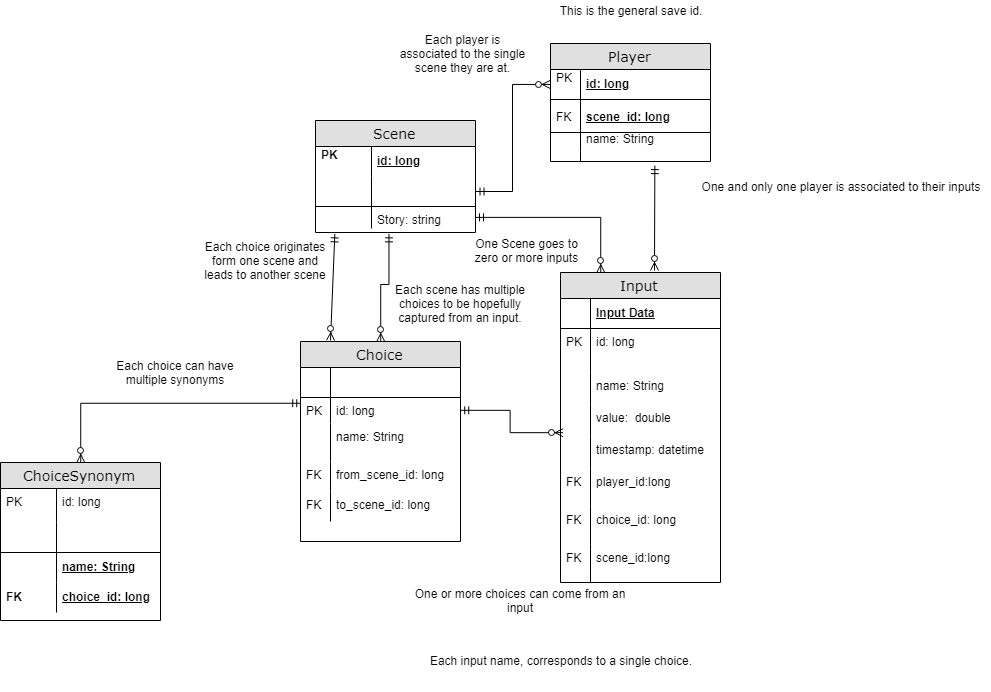
Before: docs/EntityModel.png, a diagram exported from draw.io (balexander16/PictureQuest). Source tidied: cells renumbered, new cells last; positions are measured from the earlier drawing's top-left corner, leaving out a move shared by most shapes.
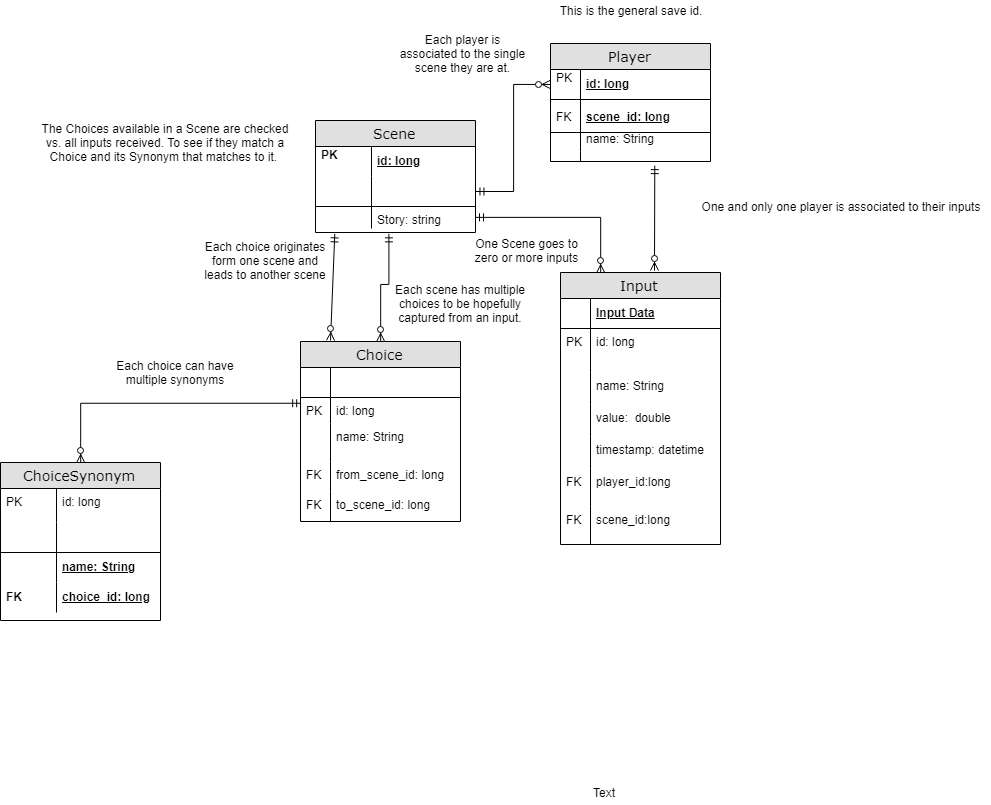
Above is the later version.

Diff of the diagram source:
```diff
@@ -51,7 +51,7 @@
       <mxGeometry width="30" height="10" as="geometry" />
     </mxCell>
     <mxCell id="18" value="Input" style="swimlane;html=1;fontStyle=0;horizontal=1;startSize=26;fillColor=#e0e0e0;swimlaneFillColor=#ffffff;align=center;rounded=0;shadow=0;comic=0;labelBackgroundColor=none;strokeColor=#000000;strokeWidth=1;fontFamily=Verdana;fontSize=14;fontColor=#000000;" parent="1" vertex="1">
-      <mxGeometry x="560" y="272" width="160" height="310" as="geometry" />
+      <mxGeometry x="560" y="272" width="160" height="272" as="geometry" />
     </mxCell>
     <mxCell id="19" value="Input Data" style="shape=partialRectangle;top=0;left=0;right=0;bottom=1;html=1;align=left;verticalAlign=middle;fillColor=none;spacingLeft=34;spacingRight=4;whiteSpace=wrap;overflow=hidden;fontStyle=5;" parent="18" vertex="1">
       <mxGeometry y="26" width="160" height="30" as="geometry" />
@@ -89,18 +89,12 @@
     <mxCell id="30" value="FK" style="shape=partialRectangle;top=0;left=0;bottom=0;html=1;fillColor=none;align=left;verticalAlign=top;spacingLeft=4;spacingRight=4;whiteSpace=wrap;overflow=hidden;" parent="29" vertex="1">
       <mxGeometry width="30" height="38" as="geometry" />
     </mxCell>
-    <mxCell id="31" value="choice_id: long" style="shape=partialRectangle;top=0;left=0;right=0;bottom=0;html=1;align=left;verticalAlign=top;fillColor=none;spacingLeft=34;spacingRight=4;whiteSpace=wrap;overflow=hidden;" parent="18" vertex="1">
+    <mxCell id="31" value="&lt;span style=&quot;white-space: normal&quot;&gt;scene_id:long&lt;/span&gt;" style="shape=partialRectangle;top=0;left=0;right=0;bottom=0;html=1;align=left;verticalAlign=top;fillColor=none;spacingLeft=34;spacingRight=4;whiteSpace=wrap;overflow=hidden;" parent="18" vertex="1">
       <mxGeometry y="234" width="160" height="38" as="geometry" />
     </mxCell>
-    <mxCell id="32" value="FK" style="shape=partialRectangle;top=0;left=0;bottom=0;html=1;fillColor=none;align=left;verticalAlign=top;spacingLeft=4;spacingRight=4;whiteSpace=wrap;overflow=hidden;" parent="31" vertex="1">
+    <mxCell id="32" value="&lt;span style=&quot;white-space: normal&quot;&gt;FK&lt;/span&gt;" style="shape=partialRectangle;top=0;left=0;bottom=0;html=1;fillColor=none;align=left;verticalAlign=top;spacingLeft=4;spacingRight=4;whiteSpace=wrap;overflow=hidden;" parent="31" vertex="1">
       <mxGeometry width="30" height="38" as="geometry" />
     </mxCell>
-    <mxCell id="33" value="scene_id:long" style="shape=partialRectangle;top=0;left=0;right=0;bottom=0;html=1;align=left;verticalAlign=top;fillColor=none;spacingLeft=34;spacingRight=4;whiteSpace=wrap;overflow=hidden;" parent="18" vertex="1">
-      <mxGeometry y="272" width="160" height="38" as="geometry" />
-    </mxCell>
-    <mxCell id="34" value="FK" style="shape=partialRectangle;top=0;left=0;bottom=0;html=1;fillColor=none;align=left;verticalAlign=top;spacingLeft=4;spacingRight=4;whiteSpace=wrap;overflow=hidden;" parent="33" vertex="1">
-      <mxGeometry width="30" height="38" as="geometry" />
-    </mxCell>
     <mxCell id="35" style="edgeStyle=orthogonalEdgeStyle;rounded=0;jettySize=auto;html=1;entryX=0.001;entryY=0.242;entryDx=0;entryDy=0;entryPerimeter=0;startArrow=ERzeroToMany;startFill=1;endArrow=ERmandOne;endFill=0;" parent="1" edge="1" source="36" target="49">
       <mxGeometry relative="1" as="geometry" />
     </mxCell>
@@ -140,7 +134,7 @@
       </mxGeometry>
     </mxCell>
     <mxCell id="46" value="Choice" style="swimlane;html=1;fontStyle=0;horizontal=1;startSize=26;fillColor=#e0e0e0;swimlaneFillColor=#ffffff;align=center;rounded=0;shadow=0;comic=0;labelBackgroundColor=none;strokeColor=#000000;strokeWidth=1;fontFamily=Verdana;fontSize=14;fontColor=#000000;" parent="1" vertex="1">
-      <mxGeometry x="300" y="341" width="160" height="200" as="geometry" />
+      <mxGeometry x="300" y="341" width="160" height="180" as="geometry" />
     </mxCell>
     <mxCell id="47" style="shape=partialRectangle;top=0;left=0;right=0;bottom=1;html=1;align=left;verticalAlign=middle;fillColor=none;spacingLeft=34;spacingRight=4;whiteSpace=wrap;overflow=hidden;fontStyle=5;" parent="46" vertex="1">
       <mxGeometry y="26" width="160" height="30" as="geometry" />
@@ -175,9 +169,6 @@
     <mxCell id="57" value="This is the general save id." style="text;html=1;strokeColor=none;fillColor=none;align=center;verticalAlign=middle;whiteSpace=wrap;rounded=0;" parent="1" vertex="1">
       <mxGeometry x="550" width="160" height="20" as="geometry" />
     </mxCell>
-    <mxCell id="58" style="edgeStyle=orthogonalEdgeStyle;rounded=0;jettySize=auto;html=1;exitX=1;exitY=0.5;exitDx=0;exitDy=0;entryX=0.016;entryY=-0.125;entryDx=0;entryDy=0;entryPerimeter=0;startArrow=ERmandOne;startFill=0;endArrow=ERzeroToMany;endFill=1;" parent="1" edge="1" source="49" target="27">
-      <mxGeometry relative="1" as="geometry" />
-    </mxCell>
     <mxCell id="59" style="edgeStyle=orthogonalEdgeStyle;rounded=0;jettySize=auto;html=1;exitX=1;exitY=0.5;exitDx=0;exitDy=0;entryX=0;entryY=0.5;entryDx=0;entryDy=0;startArrow=ERmandOne;startFill=0;endArrow=ERzeroToMany;endFill=1;" parent="1" edge="1" source="5" target="10">
       <mxGeometry relative="1" as="geometry" />
     </mxCell>
@@ -204,13 +195,13 @@
       <mxGeometry x="395" y="43" width="135" height="20" as="geometry" />
     </mxCell>
     <mxCell id="66" value="One and only one player is associated to their inputs" style="text;html=1;strokeColor=none;fillColor=none;align=center;verticalAlign=middle;whiteSpace=wrap;rounded=0;" parent="1" vertex="1">
-      <mxGeometry x="690" y="176" width="300" height="20" as="geometry" />
+      <mxGeometry x="690" y="196" width="300" height="20" as="geometry" />
     </mxCell>
     <mxCell id="67" value="One Scene goes to zero or more inputs" style="text;html=1;strokeColor=none;fillColor=none;align=center;verticalAlign=middle;whiteSpace=wrap;rounded=0;" parent="1" vertex="1">
       <mxGeometry x="463" y="240" width="127" height="20" as="geometry" />
     </mxCell>
-    <mxCell id="68" value="One or more choices can come from an input" style="text;html=1;strokeColor=none;fillColor=none;align=center;verticalAlign=middle;whiteSpace=wrap;rounded=0;" parent="1" vertex="1">
-      <mxGeometry x="410" y="590" width="220" height="20" as="geometry" />
+    <mxCell id="68" value="The Choices available in a Scene are checked vs. all inputs received. To see if they match a Choice and its Synonym that matches to it.&amp;nbsp;" style="text;html=1;strokeColor=none;fillColor=none;align=center;verticalAlign=middle;whiteSpace=wrap;rounded=0;" parent="1" vertex="1">
+      <mxGeometry x="40" y="112" width="250" height="59" as="geometry" />
     </mxCell>
     <mxCell id="69" value="scene_id: long" style="shape=partialRectangle;top=0;left=0;right=0;bottom=1;html=1;align=left;verticalAlign=middle;fillColor=none;spacingLeft=34;spacingRight=4;whiteSpace=wrap;overflow=hidden;fontStyle=5;" parent="1" vertex="1">
       <mxGeometry x="550" y="102" width="160" height="30" as="geometry" />
@@ -218,11 +209,11 @@
     <mxCell id="70" value="FK&lt;br&gt;" style="shape=partialRectangle;top=0;left=0;bottom=0;html=1;fillColor=none;align=left;verticalAlign=middle;spacingLeft=4;spacingRight=4;whiteSpace=wrap;overflow=hidden;" parent="69" vertex="1">
       <mxGeometry width="30" height="30" as="geometry" />
     </mxCell>
-    <mxCell id="71" value="Each input name, corresponds to a single choice." style="text;html=1;strokeColor=none;fillColor=none;align=center;verticalAlign=middle;whiteSpace=wrap;rounded=0;" parent="1" vertex="1">
-      <mxGeometry x="410" y="630" width="300" height="60" as="geometry" />
-    </mxCell>
     <mxCell id="72" value="Each scene has multiple choices to be hopefully captured from an input." style="text;html=1;strokeColor=none;fillColor=none;align=center;verticalAlign=middle;whiteSpace=wrap;rounded=0;" parent="1" vertex="1">
       <mxGeometry x="390" y="293" width="140" height="20" as="geometry" />
     </mxCell>
+    <mxCell id="73" value="Text" style="text;html=1;align=left;verticalAlign=top;spacingTop=-4;" parent="1" vertex="1">
+      <mxGeometry x="591" y="783" width="40" height="20" as="geometry" />
+    </mxCell>
   </root>
 </mxGraphModel>
```
